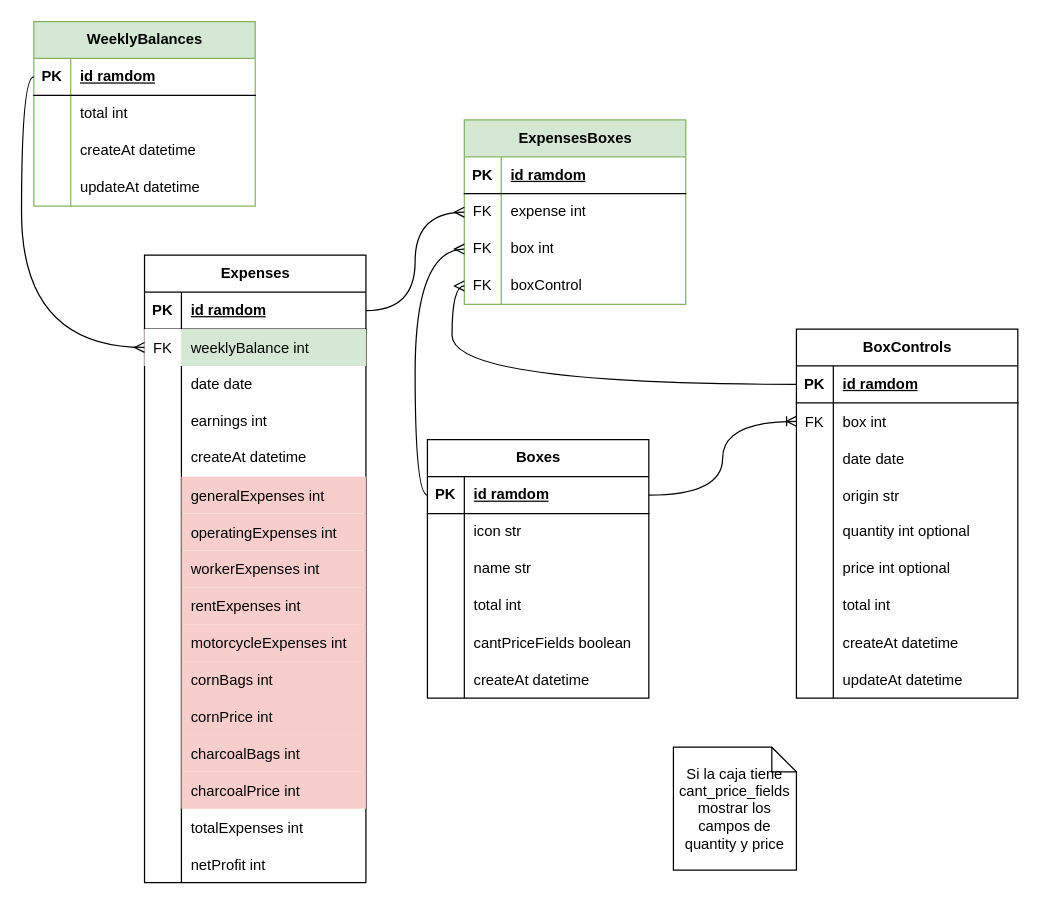
Earlier version of the draw.io diagram modelobd.drawio (JhoanCarvajal/app-arepas-contable). Source tidied: cells renumbered, new cells numbered last; positions are measured from the earlier drawing's top-left corner, leaving out a move shared by most shapes. Both pictures are drawn from the tidied source at 123%, with x=0, y=0 at pixel (33, 21).
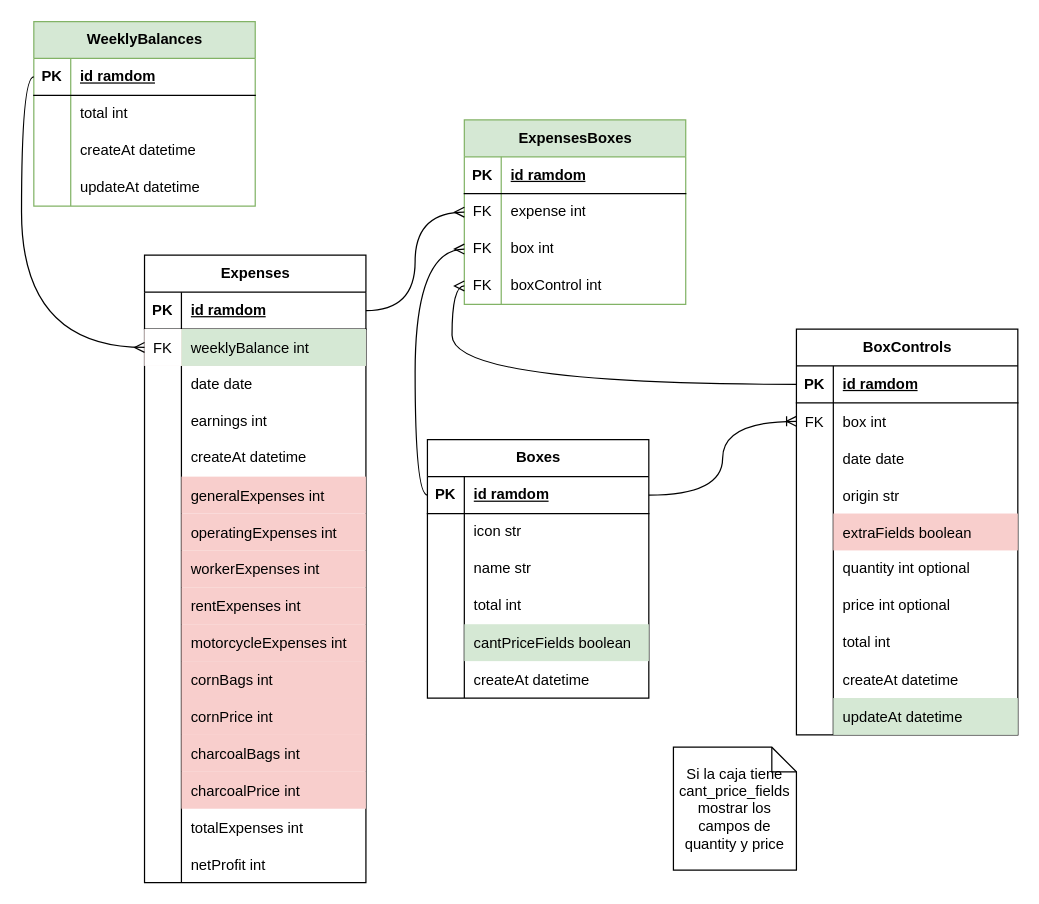
Above is the later version.

The change refers to these unchanged cells:
```xml
<mxCell id="64" style="shape=tableRow;horizontal=0;startSize=0;swimlaneHead=0;swimlaneBody=0;fillColor=none;top=0;left=0;right=0;bottom=0;" parent="51" vertex="1">
  <mxGeometry y="150" width="180" height="30" as="geometry" />
</mxCell>
<mxCell id="123" style="shape=tableRow;horizontal=0;startSize=0;swimlaneHead=0;swimlaneBody=0;fillColor=none;points=[[0,0.5],[1,0.5]];portConstraint=eastwest;top=0;left=0;right=0;bottom=0;" parent="113" vertex="1">
  <mxGeometry y="120" width="180" height="30" as="geometry" />
</mxCell>
```

Diff of the diagram source:
```diff
@@
-    <mxCell id="66" value="cantPriceFields boolean" style="shape=partialRectangle;fillColor=none;top=0;left=0;bottom=0;right=0;align=left;spacingLeft=6;overflow=hidden;" parent="64" vertex="1">
+    <mxCell id="66" value="cantPriceFields boolean" style="shape=partialRectangle;fillColor=#d5e8d4;top=0;left=0;bottom=0;right=0;align=left;spacingLeft=6;overflow=hidden;strokeColor=#82b366;" parent="64" vertex="1">
       <mxGeometry x="30" width="150" height="30" as="geometry" />
     </mxCell>
@@
     <mxCell id="70" value="BoxControls" style="shape=table;startSize=30;childLayout=tableLayout;rowLines=0;fontStyle=1;align=center;html=1;" parent="1" vertex="1">
-      <mxGeometry x="620" y="250" width="180" height="300" as="geometry" />
+      <mxGeometry x="620" y="250" width="180" height="330" as="geometry" />
     </mxCell>
@@
+    <mxCell id="130" style="shape=tableRow;horizontal=0;startSize=0;swimlaneHead=0;swimlaneBody=0;fillColor=none;top=0;left=0;right=0;bottom=0;" parent="70" vertex="1">
+      <mxGeometry y="150" width="180" height="30" as="geometry" />
+    </mxCell>
+    <mxCell id="131" style="shape=partialRectangle;fillColor=none;top=0;left=0;bottom=0;right=0;overflow=hidden;" parent="130" vertex="1">
+      <mxGeometry width="30" height="30" as="geometry" />
+    </mxCell>
+    <mxCell id="132" value="extraFields boolean" style="shape=partialRectangle;fillColor=#f8cecc;top=0;left=0;bottom=0;right=0;align=left;spacingLeft=6;overflow=hidden;strokeColor=#b85450;" parent="130" vertex="1">
+      <mxGeometry x="30" width="150" height="30" as="geometry" />
+    </mxCell>
     <mxCell id="83" style="shape=tableRow;horizontal=0;startSize=0;swimlaneHead=0;swimlaneBody=0;fillColor=none;top=0;left=0;right=0;bottom=0;" parent="70" vertex="1">
-      <mxGeometry y="150" width="180" height="30" as="geometry" />
+      <mxGeometry y="180" width="180" height="30" as="geometry" />
     </mxCell>
@@
     <mxCell id="86" style="shape=tableRow;horizontal=0;startSize=0;swimlaneHead=0;swimlaneBody=0;fillColor=none;top=0;left=0;right=0;bottom=0;" parent="70" vertex="1">
-      <mxGeometry y="180" width="180" height="30" as="geometry" />
+      <mxGeometry y="210" width="180" height="30" as="geometry" />
     </mxCell>
@@
     <mxCell id="89" style="shape=tableRow;horizontal=0;startSize=0;swimlaneHead=0;swimlaneBody=0;fillColor=none;top=0;left=0;right=0;bottom=0;" parent="70" vertex="1">
-      <mxGeometry y="210" width="180" height="30" as="geometry" />
+      <mxGeometry y="240" width="180" height="30" as="geometry" />
     </mxCell>
@@
     <mxCell id="92" style="shape=tableRow;horizontal=0;startSize=0;swimlaneHead=0;swimlaneBody=0;fillColor=none;top=0;left=0;right=0;bottom=0;" parent="70" vertex="1">
-      <mxGeometry y="240" width="180" height="30" as="geometry" />
+      <mxGeometry y="270" width="180" height="30" as="geometry" />
     </mxCell>
@@
     <mxCell id="95" style="shape=tableRow;horizontal=0;startSize=0;swimlaneHead=0;swimlaneBody=0;fillColor=none;top=0;left=0;right=0;bottom=0;" parent="70" vertex="1">
-      <mxGeometry y="270" width="180" height="30" as="geometry" />
+      <mxGeometry y="300" width="180" height="30" as="geometry" />
     </mxCell>
@@
-    <mxCell id="97" value="updateAt datetime" style="shape=partialRectangle;fillColor=none;top=0;left=0;bottom=0;right=0;align=left;spacingLeft=6;overflow=hidden;" parent="95" vertex="1">
+    <mxCell id="97" value="updateAt datetime" style="shape=partialRectangle;fillColor=#d5e8d4;top=0;left=0;bottom=0;right=0;align=left;spacingLeft=6;overflow=hidden;strokeColor=#82b366;" parent="95" vertex="1">
       <mxGeometry x="30" width="150" height="30" as="geometry" />
     </mxCell>
@@
-    <mxCell id="125" value="boxControl" style="shape=partialRectangle;fillColor=none;top=0;left=0;bottom=0;right=0;align=left;spacingLeft=6;overflow=hidden;whiteSpace=wrap;html=1;" parent="123" vertex="1">
+    <mxCell id="125" value="boxControl int" style="shape=partialRectangle;fillColor=none;top=0;left=0;bottom=0;right=0;align=left;spacingLeft=6;overflow=hidden;whiteSpace=wrap;html=1;" parent="123" vertex="1">
       <mxGeometry x="30" width="150" height="30" as="geometry" />
     </mxCell>
```
